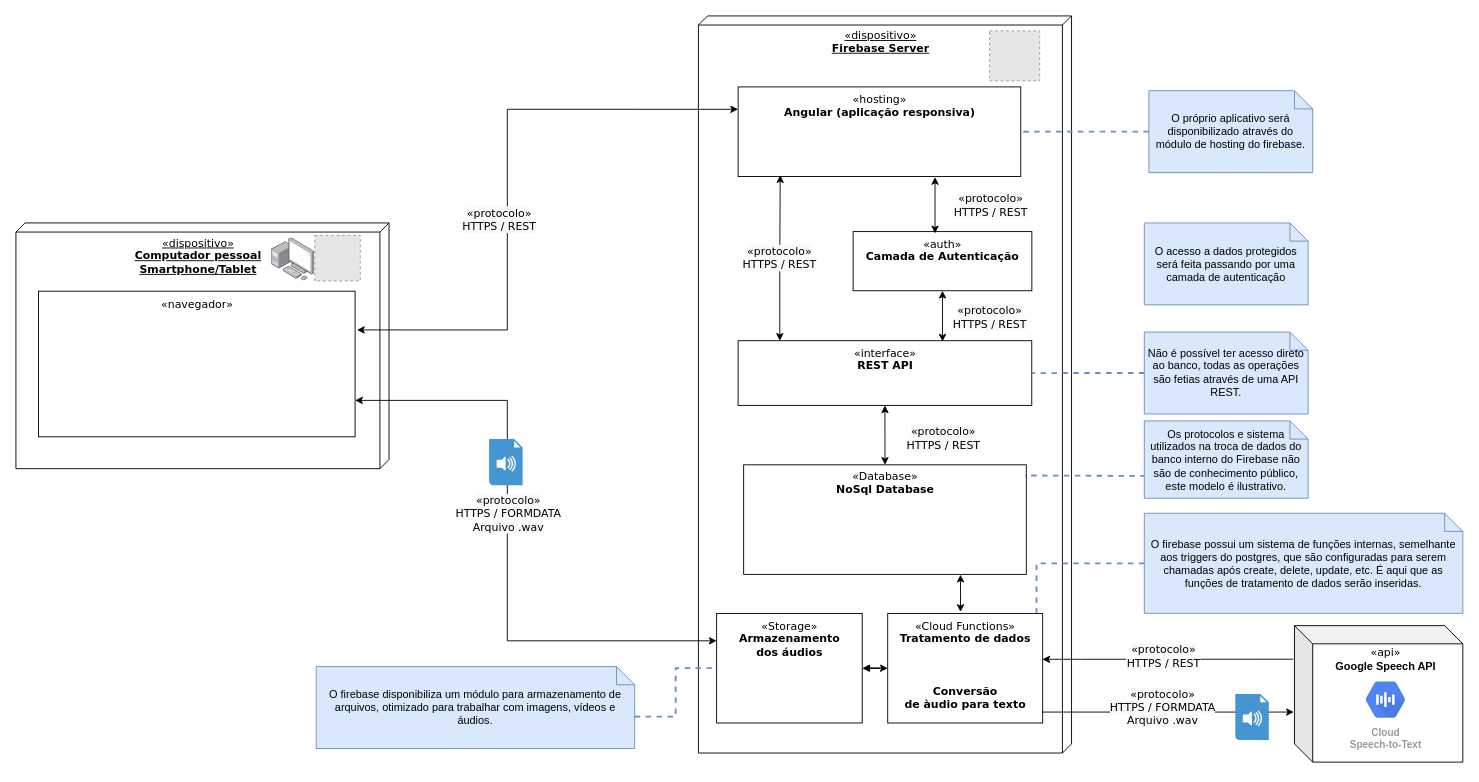
BrunoLunardi/SIN412-DESENVOLVIMENTO-APP keeps this draw.io diagram as Modelagem Arquitetura/Modelo de Implantação.drawio. Above is the earlier version. Source tidied: cells renumbered, new cells numbered last; positions are measured from the earlier drawing's top-left corner, leaving out a move shared by most shapes. Both pictures are drawn from the tidied source at 91%, with x=0, y=0 at pixel (15, 15). Pictures stored in the file or linked from it are replaced by grey dashed boxes.
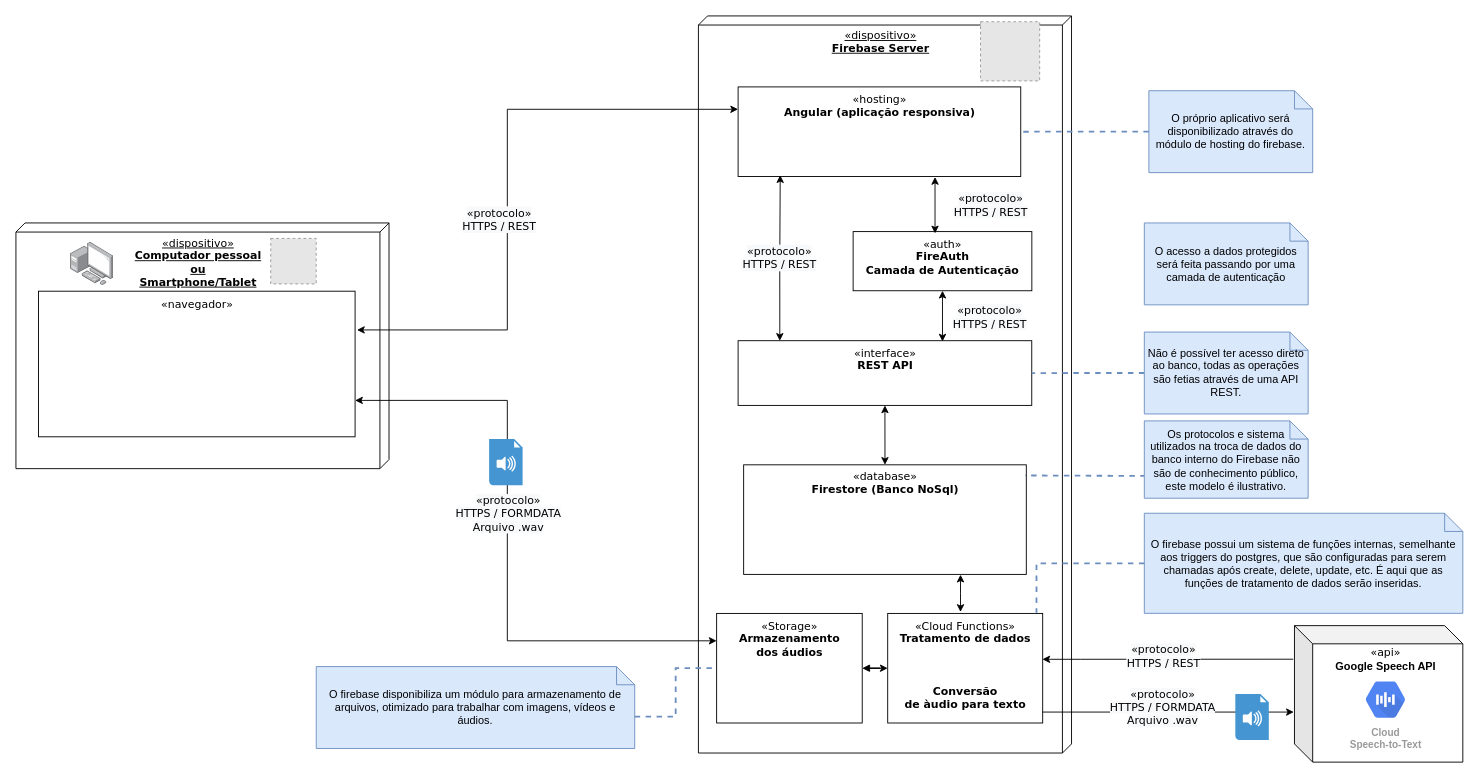
After the change.

Commit message (it also covers changes not shown here):
Atualização no DRE e na Arquitetura

The change refers to these unchanged cells:
```xml
<mxCell id="3" style="group;" parent="2" vertex="1">
  <mxGeometry width="410" height="810" as="geometry" />
</mxCell>
<mxCell id="5" style="edgeStyle=none;rounded=0;jettySize=auto;html=1;exitX=0.5;exitY=1;exitDx=0;exitDy=0;entryX=0.5;entryY=0;entryDx=0;entryDy=0;startArrow=classic;startFill=1;" parent="3" edge="1" source="7" target="9">
  <mxGeometry relative="1" as="geometry" />
</mxCell>
```

Change to the diagram source:
```diff
@@
-    <mxCell id="6" value="&lt;span style=&quot;font-family: &amp;#34;verdana&amp;#34; ; font-size: 12px ; background-color: rgb(248 , 249 , 250)&quot;&gt;«protocolo»&lt;/span&gt;&lt;br style=&quot;font-family: &amp;#34;verdana&amp;#34; ; font-size: 12px&quot;&gt;&lt;span style=&quot;font-family: &amp;#34;verdana&amp;#34; ; font-size: 12px ; background-color: rgb(248 , 249 , 250)&quot;&gt;HTTPS / REST&lt;/span&gt;" style="edgeLabel;html=1;align=center;verticalAlign=middle;" parent="5" vertex="1">
-      <mxGeometry x="0.09" y="-2" relative="1" as="geometry">
-        <mxPoint x="65.2" y="-0.9" as="offset" />
-      </mxGeometry>
-    </mxCell>
@@
-    <mxCell id="9" value="«Database»&lt;br&gt;&lt;b&gt;NoSql Database&lt;/b&gt;" style="html=1;rounded=0;shadow=0;comic=0;labelBackgroundColor=none;strokeWidth=1;fontFamily=Verdana;fontSize=12;align=center;verticalAlign=top;" parent="3" vertex="1">
+    <mxCell id="9" value="«database»&lt;br&gt;&lt;b&gt;Firestore (Banco NoSql)&lt;/b&gt;" style="html=1;rounded=0;shadow=0;comic=0;labelBackgroundColor=none;strokeWidth=1;fontFamily=Verdana;fontSize=12;align=center;verticalAlign=top;" parent="3" vertex="1">
       <mxGeometry x="49.7" y="493.3" width="310.6" height="120.4" as="geometry" />
     </mxCell>
     <mxCell id="10" style="fillColor=#E6E6E6;strokeColor=#999999;dashed=1;html=1;verticalAlign=top;verticalLabelPosition=bottom;labelBackgroundColor=#ffffff;" parent="3" vertex="1">
-      <mxGeometry x="320" y="16.4" width="55" height="55" as="geometry" />
+      <mxGeometry x="310" y="6.4" width="65" height="65" as="geometry" />
     </mxCell>
@@
-    <mxCell id="17" value="«dispositivo»&lt;br&gt;&lt;b&gt;Computador pessoal&lt;br&gt;&lt;/b&gt;&lt;b&gt;Smartphone/Tablet&lt;/b&gt;" style="verticalAlign=top;align=center;spacingTop=8;spacingLeft=2;spacingRight=12;shape=cube;size=10;direction=south;fontStyle=4;html=1;rounded=0;shadow=0;comic=0;labelBackgroundColor=none;strokeWidth=1;fontFamily=Verdana;fontSize=12;" parent="1" vertex="1">
+    <mxCell id="17" value="«dispositivo»&lt;br&gt;&lt;b&gt;Computador pessoal&lt;br&gt;ou&lt;br&gt;&lt;/b&gt;&lt;b&gt;Smartphone/Tablet&lt;/b&gt;" style="verticalAlign=top;align=center;spacingTop=8;spacingLeft=2;spacingRight=12;shape=cube;size=10;direction=south;fontStyle=4;html=1;rounded=0;shadow=0;comic=0;labelBackgroundColor=none;strokeWidth=1;fontFamily=Verdana;fontSize=12;" parent="1" vertex="1">
       <mxGeometry y="227.5" width="410" height="270" as="geometry" />
     </mxCell>
@@
     <mxCell id="24" style="html=1;align=center;shadow=0;dashed=0;image;image=img/lib/allied_telesis/computer_and_terminals/Personal_Computer_with_Server.svg;" parent="1" vertex="1">
-      <mxGeometry x="281" y="243.8" width="47.4" height="47.4" as="geometry" />
+      <mxGeometry x="60" y="248.8" width="47.4" height="47.4" as="geometry" />
     </mxCell>
@@
     <mxCell id="27" style="fillColor=#E6E6E6;strokeColor=#999999;dashed=1;html=1;verticalAlign=top;verticalLabelPosition=bottom;labelBackgroundColor=#ffffff;" parent="1" vertex="1">
-      <mxGeometry x="328.4" y="241.2" width="50" height="50" as="geometry" />
+      <mxGeometry x="280" y="244.5" width="50" height="50" as="geometry" />
     </mxCell>
@@
-    <mxCell id="34" value="«auth»&lt;br&gt;&lt;b&gt;Camada de Autenticação&lt;/b&gt;" style="html=1;rounded=0;shadow=0;comic=0;labelBackgroundColor=none;strokeWidth=1;fontFamily=Verdana;fontSize=12;align=center;verticalAlign=top;" parent="1" vertex="1">
+    <mxCell id="34" value="«auth»&lt;br&gt;&lt;b&gt;FireAuth&lt;/b&gt;&lt;br&gt;&lt;b&gt;Camada de Autenticação&lt;/b&gt;" style="html=1;rounded=0;shadow=0;comic=0;labelBackgroundColor=none;strokeWidth=1;fontFamily=Verdana;fontSize=12;align=center;verticalAlign=top;" parent="1" vertex="1">
       <mxGeometry x="920" y="237" width="196.4" height="65" as="geometry" />
     </mxCell>
```
